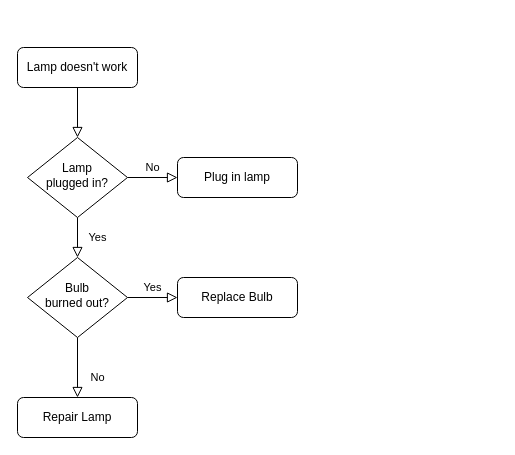
Earlier version of the draw.io diagram Untitled Diagram.drawio (project-sr/stock). Source tidied: cells renumbered, new cells numbered last; positions are measured from the earlier drawing's top-left corner, leaving out a move shared by most shapes. Both pictures are drawn from the tidied source at 100%, with x=0, y=0 at pixel (17, 47).
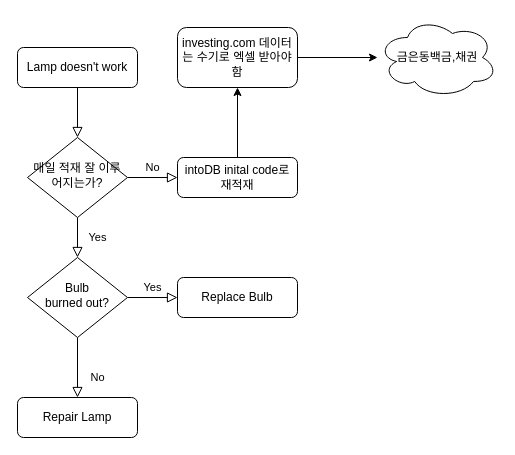
The same page after the edit.

What changed in the source:
```diff
@@
 <mxGraphModel>
   <root>
     <mxCell id="0" />
     <mxCell id="1" parent="0" />
     <mxCell id="2" style="rounded=0;html=1;jettySize=auto;fontSize=11;endArrow=block;endFill=0;endSize=8;strokeWidth=1;shadow=0;labelBackgroundColor=none;edgeStyle=orthogonalEdgeStyle;" parent="1" edge="1" source="3" target="6">
       <mxGeometry relative="1" as="geometry" />
     </mxCell>
     <mxCell id="3" value="Lamp doesn't work" style="rounded=1;whiteSpace=wrap;html=1;fontSize=12;glass=0;strokeWidth=1;shadow=0;" parent="1" vertex="1">
       <mxGeometry width="120" height="40" as="geometry" />
     </mxCell>
     <mxCell id="4" value="Yes" style="rounded=0;html=1;jettySize=auto;fontSize=11;endArrow=block;endFill=0;endSize=8;strokeWidth=1;shadow=0;labelBackgroundColor=none;edgeStyle=orthogonalEdgeStyle;" parent="1" edge="1" source="6" target="10">
       <mxGeometry y="20" relative="1" as="geometry" />
     </mxCell>
     <mxCell id="5" value="No" style="edgeStyle=orthogonalEdgeStyle;rounded=0;html=1;jettySize=auto;fontSize=11;endArrow=block;endFill=0;endSize=8;strokeWidth=1;shadow=0;labelBackgroundColor=none;" parent="1" edge="1" source="6" target="7">
       <mxGeometry y="10" relative="1" as="geometry" />
     </mxCell>
-    <mxCell id="6" value="Lamp&lt;br&gt;plugged in?" style="rhombus;whiteSpace=wrap;html=1;shadow=0;fontFamily=Helvetica;fontSize=12;align=center;strokeWidth=1;spacing=6;spacingTop=-4;" parent="1" vertex="1">
+    <mxCell id="6" value="매일 적재 잘 이루어지는가?" style="rhombus;whiteSpace=wrap;html=1;shadow=0;fontFamily=Helvetica;fontSize=12;align=center;strokeWidth=1;spacing=6;spacingTop=-4;" parent="1" vertex="1">
       <mxGeometry x="10" y="90" width="100" height="80" as="geometry" />
     </mxCell>
+    <mxCell id="13" style="edgeStyle=orthogonalEdgeStyle;rounded=0;jettySize=auto;html=1;" parent="1" edge="1" source="7" target="15">
+      <mxGeometry relative="1" as="geometry" />
+    </mxCell>
-    <mxCell id="7" value="Plug in lamp" style="rounded=1;whiteSpace=wrap;html=1;fontSize=12;glass=0;strokeWidth=1;shadow=0;" parent="1" vertex="1">
+    <mxCell id="7" value="intoDB inital code로 재적재" style="rounded=1;whiteSpace=wrap;html=1;fontSize=12;glass=0;strokeWidth=1;shadow=0;" parent="1" vertex="1">
       <mxGeometry x="160" y="110" width="120" height="40" as="geometry" />
     </mxCell>
     <mxCell id="8" value="No" style="rounded=0;html=1;jettySize=auto;fontSize=11;endArrow=block;endFill=0;endSize=8;strokeWidth=1;shadow=0;labelBackgroundColor=none;edgeStyle=orthogonalEdgeStyle;" parent="1" edge="1" source="10" target="11">
       <mxGeometry x="0.33" y="20" relative="1" as="geometry" />
     </mxCell>
     <mxCell id="9" value="Yes" style="edgeStyle=orthogonalEdgeStyle;rounded=0;html=1;jettySize=auto;fontSize=11;endArrow=block;endFill=0;endSize=8;strokeWidth=1;shadow=0;labelBackgroundColor=none;" parent="1" edge="1" source="10" target="12">
       <mxGeometry y="10" relative="1" as="geometry" />
     </mxCell>
     <mxCell id="10" value="Bulb&lt;br&gt;burned out?" style="rhombus;whiteSpace=wrap;html=1;shadow=0;fontFamily=Helvetica;fontSize=12;align=center;strokeWidth=1;spacing=6;spacingTop=-4;" parent="1" vertex="1">
       <mxGeometry x="10" y="210" width="100" height="80" as="geometry" />
     </mxCell>
     <mxCell id="11" value="Repair Lamp" style="rounded=1;whiteSpace=wrap;html=1;fontSize=12;glass=0;strokeWidth=1;shadow=0;" parent="1" vertex="1">
       <mxGeometry y="350" width="120" height="40" as="geometry" />
     </mxCell>
     <mxCell id="12" value="Replace Bulb" style="rounded=1;whiteSpace=wrap;html=1;fontSize=12;glass=0;strokeWidth=1;shadow=0;" parent="1" vertex="1">
       <mxGeometry x="160" y="230" width="120" height="40" as="geometry" />
     </mxCell>
+    <mxCell id="14" style="edgeStyle=orthogonalEdgeStyle;rounded=0;jettySize=auto;html=1;" parent="1" edge="1" source="15" target="16">
+      <mxGeometry relative="1" as="geometry" />
+    </mxCell>
+    <mxCell id="15" value="investing.com 데이터는 수기로 엑셀 받아야함" style="whiteSpace=wrap;html=1;rounded=1;shadow=0;strokeWidth=1;glass=0;" parent="1" vertex="1">
+      <mxGeometry x="160" y="-20" width="120" height="60" as="geometry" />
+    </mxCell>
+    <mxCell id="16" value="금은동백금,채권" style="ellipse;shape=cloud;whiteSpace=wrap;html=1;rounded=1;shadow=0;strokeWidth=1;glass=0;" parent="1" vertex="1">
+      <mxGeometry x="360" y="-30" width="120" height="80" as="geometry" />
+    </mxCell>
   </root>
 </mxGraphModel>
```
